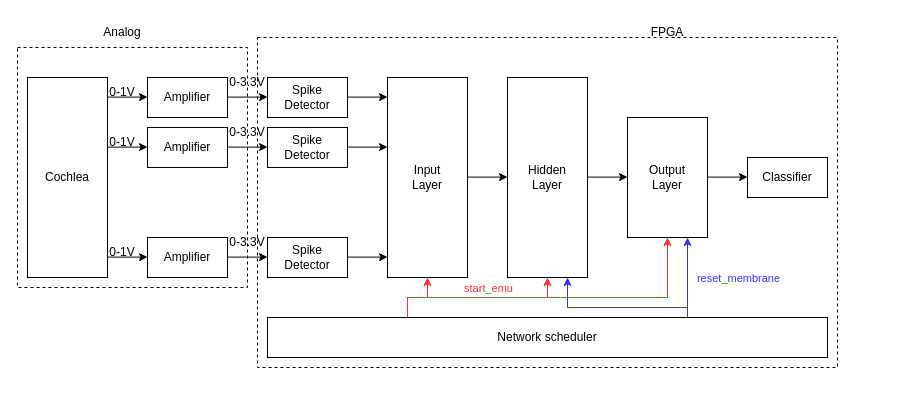
AurelieSa/draw_io keeps this draw.io diagram as ulp_pipeline.drawio. Above is the earlier version. Source tidied: cells renumbered, new cells numbered last; positions are measured from the earlier drawing's top-left corner, leaving out a move shared by most shapes. Both pictures are drawn from the tidied source at 100%, with x=0, y=0 at pixel (17, 17).
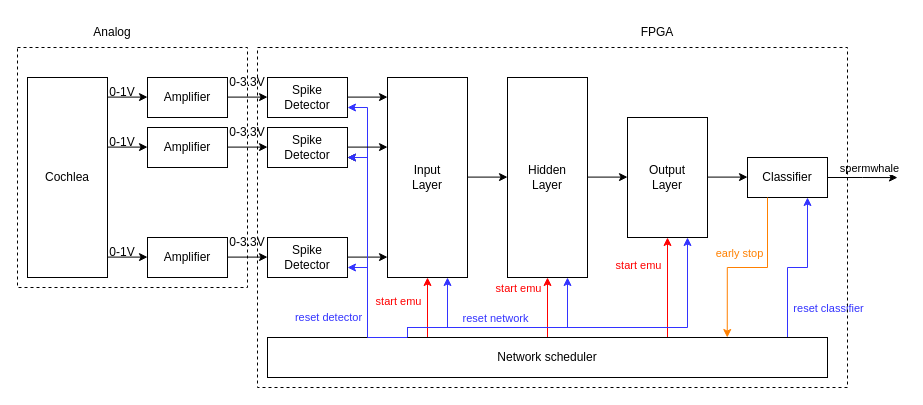
The same page after the edit.

Commit message:
Mettre à jour ulp_pipeline.drawio

Unchanged cells that the change refers to:
```xml
<mxCell id="3" value="&lt;div&gt;Spike&lt;/div&gt;&lt;div&gt;Detector&lt;/div&gt;" style="rounded=0;whiteSpace=wrap;html=1;" parent="1" vertex="1">
  <mxGeometry x="250" y="60" width="80" height="40" as="geometry" />
</mxCell>
<mxCell id="4" value="&lt;div&gt;Spike&lt;/div&gt;&lt;div&gt;Detector&lt;/div&gt;" style="rounded=0;whiteSpace=wrap;html=1;" parent="1" vertex="1">
  <mxGeometry x="250" y="110" width="80" height="40" as="geometry" />
</mxCell>
<mxCell id="5" value="&lt;div&gt;Spike&lt;/div&gt;&lt;div&gt;Detector&lt;/div&gt;" style="rounded=0;whiteSpace=wrap;html=1;" parent="1" vertex="1">
  <mxGeometry x="250" y="220" width="80" height="40" as="geometry" />
</mxCell>
<mxCell id="6" value="&lt;div&gt;Input&lt;/div&gt;&lt;div&gt;Layer&lt;/div&gt;" style="rounded=0;whiteSpace=wrap;html=1;" parent="1" vertex="1">
  <mxGeometry x="370" y="60" width="80" height="200" as="geometry" />
</mxCell>
<mxCell id="7" value="&lt;div&gt;Hidden&lt;/div&gt;&lt;div&gt;Layer&lt;/div&gt;" style="rounded=0;whiteSpace=wrap;html=1;" parent="1" vertex="1">
  <mxGeometry x="490" y="60" width="80" height="200" as="geometry" />
</mxCell>
<mxCell id="8" value="&lt;div&gt;Output&lt;/div&gt;&lt;div&gt;Layer&lt;/div&gt;" style="rounded=0;whiteSpace=wrap;html=1;" parent="1" vertex="1">
  <mxGeometry x="610" y="100" width="80" height="120" as="geometry" />
</mxCell>
<mxCell id="9" value="Classifier" style="rounded=0;whiteSpace=wrap;html=1;" parent="1" vertex="1">
  <mxGeometry x="730" y="140" width="80" height="40" as="geometry" />
</mxCell>
```

What changed in the source:
```diff
@@
+    <mxCell id="43" style="edgeStyle=orthogonalEdgeStyle;rounded=0;jettySize=auto;html=1;exitX=1;exitY=0.5;exitDx=0;exitDy=0;" parent="1" edge="1" source="9">
+      <mxGeometry relative="1" as="geometry">
+        <mxPoint x="880" y="160.1" as="targetPoint" />
+      </mxGeometry>
+    </mxCell>
+    <mxCell id="44" value="spermwhale" style="edgeLabel;html=1;align=center;verticalAlign=middle;" parent="43" vertex="1">
+      <mxGeometry x="-0.22" y="-1" relative="1" as="geometry">
+        <mxPoint x="13" y="-11" as="offset" />
+      </mxGeometry>
+    </mxCell>
@@
-    <mxCell id="10" style="edgeStyle=orthogonalEdgeStyle;rounded=0;jettySize=auto;html=1;exitX=0.25;exitY=0;exitDx=0;exitDy=0;entryX=0.5;entryY=1;entryDx=0;entryDy=0;strokeColor=#FF3333;" parent="1" edge="1" source="17" target="6">
-      <mxGeometry relative="1" as="geometry" />
-    </mxCell>
-    <mxCell id="11" style="edgeStyle=orthogonalEdgeStyle;rounded=0;jettySize=auto;html=1;exitX=0.25;exitY=0;exitDx=0;exitDy=0;entryX=0.5;entryY=1;entryDx=0;entryDy=0;strokeColor=#FF3333;" parent="1" edge="1" source="17" target="7">
-      <mxGeometry relative="1" as="geometry" />
-    </mxCell>
-    <mxCell id="12" style="edgeStyle=orthogonalEdgeStyle;rounded=0;jettySize=auto;html=1;exitX=0.25;exitY=0;exitDx=0;exitDy=0;entryX=0.5;entryY=1;entryDx=0;entryDy=0;strokeColor=#FF3333;" parent="1" edge="1" source="17" target="8">
-      <mxGeometry relative="1" as="geometry">
-        <Array as="points">
-          <mxPoint x="390" y="280" />
-          <mxPoint x="650" y="280" />
-        </Array>
-      </mxGeometry>
-    </mxCell>
-    <mxCell id="13" value="&lt;span style=&quot;color: rgb(255, 51, 51);&quot;&gt;start_emu&lt;/span&gt;" style="edgeLabel;html=1;align=center;verticalAlign=middle;" parent="12" vertex="1">
-      <mxGeometry x="-0.36" y="1" relative="1" as="geometry">
-        <mxPoint x="-9" y="-9" as="offset" />
-      </mxGeometry>
-    </mxCell>
-    <mxCell id="14" style="edgeStyle=orthogonalEdgeStyle;rounded=0;jettySize=auto;html=1;exitX=0.75;exitY=0;exitDx=0;exitDy=0;entryX=0.75;entryY=1;entryDx=0;entryDy=0;strokeColor=#3333FF;" parent="1" edge="1" source="17" target="7">
-      <mxGeometry relative="1" as="geometry">
-        <Array as="points">
-          <mxPoint x="670" y="290" />
-          <mxPoint x="550" y="290" />
-        </Array>
-      </mxGeometry>
-    </mxCell>
-    <mxCell id="15" style="edgeStyle=orthogonalEdgeStyle;rounded=0;jettySize=auto;html=1;exitX=0.75;exitY=0;exitDx=0;exitDy=0;entryX=0.75;entryY=1;entryDx=0;entryDy=0;strokeColor=#3333FF;" parent="1" edge="1" source="17" target="8">
-      <mxGeometry relative="1" as="geometry" />
-    </mxCell>
-    <mxCell id="16" value="&lt;span style=&quot;color: rgb(51, 51, 255);&quot;&gt;reset_membrane&lt;/span&gt;" style="edgeLabel;html=1;align=center;verticalAlign=middle;" parent="15" vertex="1">
-      <mxGeometry x="0.13" y="-2" relative="1" as="geometry">
-        <mxPoint x="48" y="5" as="offset" />
-      </mxGeometry>
-    </mxCell>
+    <mxCell id="45" style="edgeStyle=orthogonalEdgeStyle;rounded=0;jettySize=auto;html=1;exitX=0.25;exitY=0;exitDx=0;exitDy=0;entryX=0.5;entryY=1;entryDx=0;entryDy=0;strokeColor=#FF0000;" parent="1" edge="1" source="17" target="6">
+      <mxGeometry relative="1" as="geometry">
+        <Array as="points">
+          <mxPoint x="410" y="320" />
+        </Array>
+      </mxGeometry>
+    </mxCell>
+    <mxCell id="46" value="&lt;span style=&quot;color: rgb(255, 0, 0);&quot;&gt;start emu&lt;/span&gt;" style="edgeLabel;html=1;align=center;verticalAlign=middle;" parent="45" vertex="1">
+      <mxGeometry x="-0.34" y="1" relative="1" as="geometry">
+        <mxPoint x="-29" y="-30" as="offset" />
+      </mxGeometry>
+    </mxCell>
+    <mxCell id="47" style="edgeStyle=orthogonalEdgeStyle;rounded=0;jettySize=auto;html=1;exitX=0.25;exitY=0;exitDx=0;exitDy=0;entryX=0.5;entryY=1;entryDx=0;entryDy=0;strokeColor=#FF0000;" parent="1" edge="1" source="17" target="7">
+      <mxGeometry relative="1" as="geometry">
+        <Array as="points">
+          <mxPoint x="530" y="320" />
+        </Array>
+      </mxGeometry>
+    </mxCell>
+    <mxCell id="48" value="&lt;span style=&quot;color: rgb(255, 0, 0);&quot;&gt;start emu&lt;/span&gt;" style="edgeLabel;html=1;align=center;verticalAlign=middle;" parent="47" vertex="1">
+      <mxGeometry x="0.27" y="2" relative="1" as="geometry">
+        <mxPoint x="-17" y="-48" as="offset" />
+      </mxGeometry>
+    </mxCell>
+    <mxCell id="49" style="edgeStyle=orthogonalEdgeStyle;rounded=0;jettySize=auto;html=1;exitX=0.75;exitY=0;exitDx=0;exitDy=0;entryX=0.5;entryY=1;entryDx=0;entryDy=0;strokeColor=#FF0000;" parent="1" edge="1" source="17" target="8">
+      <mxGeometry relative="1" as="geometry">
+        <Array as="points">
+          <mxPoint x="650" y="320" />
+        </Array>
+      </mxGeometry>
+    </mxCell>
+    <mxCell id="50" value="&lt;span style=&quot;color: rgb(255, 0, 0);&quot;&gt;start emu&lt;/span&gt;" style="edgeLabel;html=1;align=center;verticalAlign=middle;" parent="49" vertex="1">
+      <mxGeometry x="0.26" y="1" relative="1" as="geometry">
+        <mxPoint x="-29" y="-17" as="offset" />
+      </mxGeometry>
+    </mxCell>
+    <mxCell id="51" style="edgeStyle=orthogonalEdgeStyle;rounded=0;jettySize=auto;html=1;exitX=0.25;exitY=0;exitDx=0;exitDy=0;entryX=0.75;entryY=1;entryDx=0;entryDy=0;strokeColor=#3333FF;" parent="1" edge="1" source="17" target="6">
+      <mxGeometry relative="1" as="geometry">
+        <Array as="points">
+          <mxPoint x="390" y="310" />
+          <mxPoint x="430" y="310" />
+        </Array>
+      </mxGeometry>
+    </mxCell>
+    <mxCell id="52" style="edgeStyle=orthogonalEdgeStyle;rounded=0;jettySize=auto;html=1;exitX=0.25;exitY=0;exitDx=0;exitDy=0;entryX=0.75;entryY=1;entryDx=0;entryDy=0;strokeColor=#3333FF;" parent="1" edge="1" source="17" target="7">
+      <mxGeometry relative="1" as="geometry">
+        <Array as="points">
+          <mxPoint x="390" y="310" />
+          <mxPoint x="550" y="310" />
+        </Array>
+      </mxGeometry>
+    </mxCell>
+    <mxCell id="53" value="&lt;span style=&quot;color: rgb(51, 51, 255);&quot;&gt;reset network&lt;/span&gt;" style="edgeLabel;html=1;align=center;verticalAlign=middle;" parent="52" vertex="1">
+      <mxGeometry x="-0.33" y="1" relative="1" as="geometry">
+        <mxPoint x="23" y="-9" as="offset" />
+      </mxGeometry>
+    </mxCell>
+    <mxCell id="54" style="edgeStyle=orthogonalEdgeStyle;rounded=0;jettySize=auto;html=1;exitX=0.25;exitY=0;exitDx=0;exitDy=0;entryX=1;entryY=0.75;entryDx=0;entryDy=0;strokeColor=#3333FF;" parent="1" edge="1" source="17" target="5">
+      <mxGeometry relative="1" as="geometry">
+        <Array as="points">
+          <mxPoint x="350" y="320" />
+          <mxPoint x="350" y="250" />
+        </Array>
+      </mxGeometry>
+    </mxCell>
+    <mxCell id="55" style="edgeStyle=orthogonalEdgeStyle;rounded=0;jettySize=auto;html=1;exitX=0.25;exitY=0;exitDx=0;exitDy=0;entryX=1;entryY=0.75;entryDx=0;entryDy=0;" parent="1" edge="1" source="17" target="4">
+      <mxGeometry relative="1" as="geometry">
+        <Array as="points">
+          <mxPoint x="350" y="320" />
+          <mxPoint x="350" y="140" />
+        </Array>
+      </mxGeometry>
+    </mxCell>
+    <mxCell id="56" style="edgeStyle=orthogonalEdgeStyle;rounded=0;jettySize=auto;html=1;exitX=0.25;exitY=0;exitDx=0;exitDy=0;entryX=1;entryY=0.75;entryDx=0;entryDy=0;strokeColor=#3333FF;" parent="1" edge="1" source="17" target="3">
+      <mxGeometry relative="1" as="geometry">
+        <Array as="points">
+          <mxPoint x="350" y="320" />
+          <mxPoint x="350" y="90" />
+        </Array>
+      </mxGeometry>
+    </mxCell>
+    <mxCell id="57" style="edgeStyle=orthogonalEdgeStyle;rounded=0;jettySize=auto;html=1;exitX=0.25;exitY=0;exitDx=0;exitDy=0;entryX=0.75;entryY=1;entryDx=0;entryDy=0;strokeColor=#3333FF;" parent="1" edge="1" source="17" target="8">
+      <mxGeometry relative="1" as="geometry">
+        <Array as="points">
+          <mxPoint x="390" y="310" />
+          <mxPoint x="670" y="310" />
+        </Array>
+      </mxGeometry>
+    </mxCell>
+    <mxCell id="58" style="edgeStyle=orthogonalEdgeStyle;rounded=0;jettySize=auto;html=1;exitX=0.75;exitY=0;exitDx=0;exitDy=0;entryX=0.75;entryY=1;entryDx=0;entryDy=0;strokeColor=#3333FF;" parent="1" edge="1" source="17" target="9">
+      <mxGeometry relative="1" as="geometry">
+        <Array as="points">
+          <mxPoint x="770" y="320" />
+          <mxPoint x="770" y="250" />
+          <mxPoint x="790" y="250" />
+        </Array>
+      </mxGeometry>
+    </mxCell>
+    <mxCell id="59" value="&lt;span style=&quot;color: rgb(51, 51, 255);&quot;&gt;reset classifier&lt;/span&gt;" style="edgeLabel;html=1;align=center;verticalAlign=middle;" parent="58" vertex="1">
+      <mxGeometry x="0.19" y="1" relative="1" as="geometry">
+        <mxPoint x="41" y="25" as="offset" />
+      </mxGeometry>
+    </mxCell>
     <mxCell id="17" value="Network scheduler" style="rounded=0;whiteSpace=wrap;html=1;" parent="1" vertex="1">
-      <mxGeometry x="250" y="300" width="560" height="40" as="geometry" />
+      <mxGeometry x="250" y="320" width="560" height="40" as="geometry" />
     </mxCell>
@@
     <mxCell id="40" style="rounded=0;whiteSpace=wrap;html=1;fillColor=none;strokeColor=default;dashed=1;" parent="1" vertex="1">
-      <mxGeometry x="240" y="20" width="580" height="330" as="geometry" />
+      <mxGeometry x="240" y="30" width="590" height="340" as="geometry" />
     </mxCell>
     <mxCell id="41" value="Analog" style="text;html=1;align=center;verticalAlign=middle;whiteSpace=wrap;rounded=0;" parent="1" vertex="1">
-      <mxGeometry x="75" width="60" height="30" as="geometry" />
+      <mxGeometry x="65" width="60" height="30" as="geometry" />
     </mxCell>
     <mxCell id="42" value="FPGA" style="text;html=1;align=center;verticalAlign=middle;whiteSpace=wrap;rounded=0;" parent="1" vertex="1">
-      <mxGeometry x="620" width="60" height="30" as="geometry" />
+      <mxGeometry x="610" width="60" height="30" as="geometry" />
     </mxCell>
+    <mxCell id="60" style="edgeStyle=orthogonalEdgeStyle;rounded=0;jettySize=auto;html=1;exitX=0.25;exitY=0;exitDx=0;exitDy=0;entryX=1;entryY=0.75;entryDx=0;entryDy=0;strokeColor=#3333FF;" parent="1" edge="1" source="17" target="4">
+      <mxGeometry relative="1" as="geometry">
+        <Array as="points">
+          <mxPoint x="350" y="320" />
+          <mxPoint x="350" y="140" />
+        </Array>
+      </mxGeometry>
+    </mxCell>
+    <mxCell id="61" value="&lt;span style=&quot;color: rgb(51, 51, 255);&quot;&gt;reset detector&lt;/span&gt;" style="edgeLabel;html=1;align=center;verticalAlign=middle;" parent="60" vertex="1">
+      <mxGeometry x="-0.49" y="-1" relative="1" as="geometry">
+        <mxPoint x="-41" as="offset" />
+      </mxGeometry>
+    </mxCell>
+    <mxCell id="62" style="edgeStyle=orthogonalEdgeStyle;rounded=0;jettySize=auto;html=1;exitX=0.25;exitY=1;exitDx=0;exitDy=0;entryX=0.821;entryY=0;entryDx=0;entryDy=0;entryPerimeter=0;strokeColor=#FF8000;" parent="1" edge="1" source="9" target="17">
+      <mxGeometry relative="1" as="geometry" />
+    </mxCell>
+    <mxCell id="63" value="&lt;span style=&quot;color: rgb(255, 128, 0);&quot;&gt;early stop&lt;/span&gt;" style="edgeLabel;html=1;align=center;verticalAlign=middle;" parent="62" vertex="1">
+      <mxGeometry x="-0.04" y="1" relative="1" as="geometry">
+        <mxPoint x="-13" y="-16" as="offset" />
+      </mxGeometry>
+    </mxCell>
```
